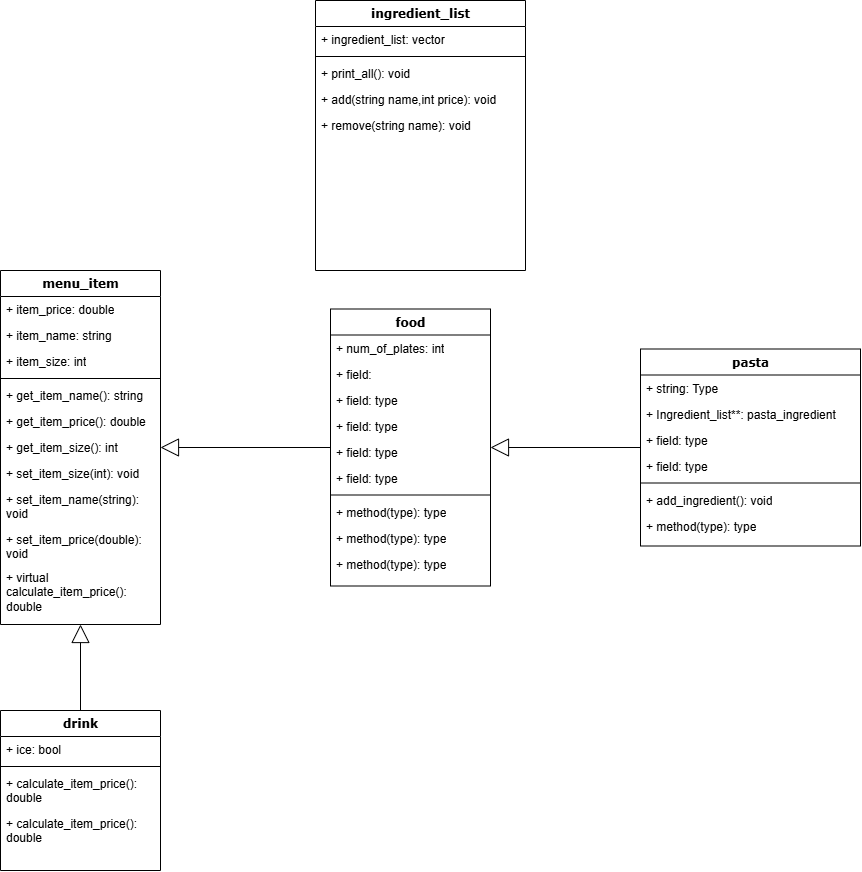
This is UML.png from SohamA12345/Project, a draw.io export, as it was before one commit. Source tidied: cells renumbered, new cells last; positions are measured from the earlier drawing's top-left corner, leaving out a move shared by most shapes.
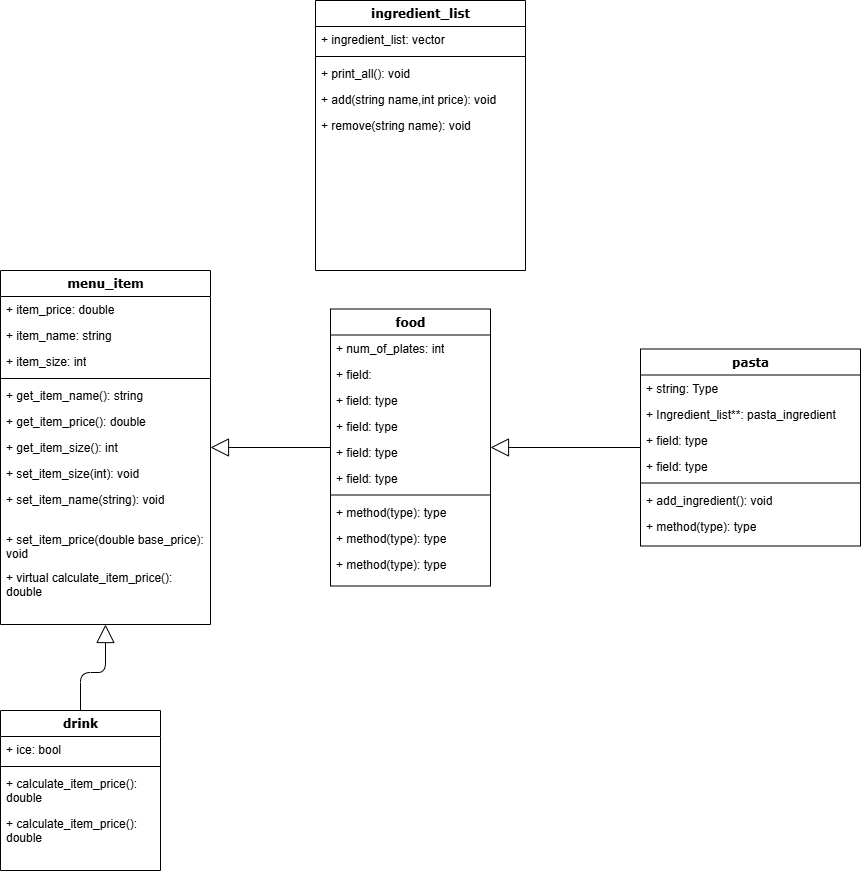
After the commit.

The edit, as a diff of the source:
```diff
@@ -3,40 +3,40 @@
     <mxCell id="0" />
     <mxCell id="1" parent="0" />
     <mxCell id="2" value="&lt;div&gt;menu_item&lt;br&gt;&lt;/div&gt;" style="swimlane;html=1;fontStyle=1;align=center;verticalAlign=top;horizontal=1;startSize=26;swimlaneFillColor=#ffffff;rounded=0;shadow=0;comic=0;labelBackgroundColor=none;strokeWidth=1;fillColor=none;fontFamily=Verdana;fontSize=12;" parent="1" vertex="1">
-      <mxGeometry y="270" width="160" height="354" as="geometry" />
+      <mxGeometry y="270" width="210" height="354" as="geometry" />
     </mxCell>
     <mxCell id="3" value="+ item_price: double" style="text;html=1;strokeColor=none;fillColor=none;align=left;verticalAlign=top;spacingLeft=4;spacingRight=4;whiteSpace=wrap;overflow=hidden;" parent="2" vertex="1">
-      <mxGeometry y="26" width="160" height="26" as="geometry" />
+      <mxGeometry y="26" width="210" height="26" as="geometry" />
     </mxCell>
     <mxCell id="4" value="+ item_name: string" style="text;html=1;strokeColor=none;fillColor=none;align=left;verticalAlign=top;spacingLeft=4;spacingRight=4;whiteSpace=wrap;overflow=hidden;" parent="2" vertex="1">
-      <mxGeometry y="52" width="160" height="26" as="geometry" />
+      <mxGeometry y="52" width="210" height="26" as="geometry" />
     </mxCell>
     <mxCell id="5" value="+ item_size: int" style="text;html=1;strokeColor=none;fillColor=none;align=left;verticalAlign=top;spacingLeft=4;spacingRight=4;whiteSpace=wrap;overflow=hidden;" parent="2" vertex="1">
-      <mxGeometry y="78" width="160" height="26" as="geometry" />
+      <mxGeometry y="78" width="210" height="26" as="geometry" />
     </mxCell>
     <mxCell id="6" style="line;html=1;strokeWidth=1;fillColor=none;align=left;verticalAlign=middle;spacingTop=-1;spacingLeft=3;spacingRight=3;labelPosition=right;" parent="2" vertex="1">
-      <mxGeometry y="104" width="160" height="8" as="geometry" />
+      <mxGeometry y="104" width="210" height="8" as="geometry" />
     </mxCell>
     <mxCell id="7" value="+ get_item_name(): string" style="text;html=1;strokeColor=none;fillColor=none;align=left;verticalAlign=top;spacingLeft=4;spacingRight=4;whiteSpace=wrap;overflow=hidden;" parent="2" vertex="1">
-      <mxGeometry y="112" width="160" height="26" as="geometry" />
+      <mxGeometry y="112" width="210" height="26" as="geometry" />
     </mxCell>
     <mxCell id="8" value="+ get_item_price(): double" style="text;html=1;strokeColor=none;fillColor=none;align=left;verticalAlign=top;spacingLeft=4;spacingRight=4;whiteSpace=wrap;overflow=hidden;" parent="2" vertex="1">
-      <mxGeometry y="138" width="160" height="26" as="geometry" />
+      <mxGeometry y="138" width="210" height="26" as="geometry" />
     </mxCell>
     <mxCell id="9" value="+ get_item_size(): int" style="text;html=1;strokeColor=none;fillColor=none;align=left;verticalAlign=top;spacingLeft=4;spacingRight=4;whiteSpace=wrap;overflow=hidden;" parent="2" vertex="1">
-      <mxGeometry y="164" width="160" height="26" as="geometry" />
+      <mxGeometry y="164" width="210" height="26" as="geometry" />
     </mxCell>
     <mxCell id="10" value="+ set_item_size(int): void" style="text;html=1;strokeColor=none;fillColor=none;align=left;verticalAlign=top;spacingLeft=4;spacingRight=4;whiteSpace=wrap;overflow=hidden;" parent="2" vertex="1">
-      <mxGeometry y="190" width="160" height="26" as="geometry" />
+      <mxGeometry y="190" width="210" height="26" as="geometry" />
     </mxCell>
     <mxCell id="11" value="+ set_item_name(string): void" style="text;html=1;strokeColor=none;fillColor=none;align=left;verticalAlign=top;spacingLeft=4;spacingRight=4;whiteSpace=wrap;overflow=hidden;" parent="2" vertex="1">
-      <mxGeometry y="216" width="160" height="40" as="geometry" />
+      <mxGeometry y="216" width="210" height="40" as="geometry" />
     </mxCell>
-    <mxCell id="12" value="+ set_item_price(double): void" style="text;html=1;strokeColor=none;fillColor=none;align=left;verticalAlign=top;spacingLeft=4;spacingRight=4;whiteSpace=wrap;overflow=hidden;" parent="2" vertex="1">
-      <mxGeometry y="256" width="160" height="38" as="geometry" />
+    <mxCell id="12" value="+ set_item_price(double base_price): void" style="text;html=1;strokeColor=none;fillColor=none;align=left;verticalAlign=top;spacingLeft=4;spacingRight=4;whiteSpace=wrap;overflow=hidden;" parent="2" vertex="1">
+      <mxGeometry y="256" width="210" height="38" as="geometry" />
     </mxCell>
     <mxCell id="13" value="+ virtual calculate_item_price(): double" style="text;html=1;strokeColor=none;fillColor=none;align=left;verticalAlign=top;spacingLeft=4;spacingRight=4;whiteSpace=wrap;overflow=hidden;" parent="2" vertex="1">
-      <mxGeometry y="294" width="160" height="60" as="geometry" />
+      <mxGeometry y="294" width="210" height="60" as="geometry" />
     </mxCell>
     <mxCell id="14" style="edgeStyle=orthogonalEdgeStyle;html=1;labelBackgroundColor=none;startFill=0;startSize=8;endArrow=block;endFill=0;endSize=16;fontFamily=Verdana;fontSize=12;elbow=vertical;rounded=1;strokeColor=default;align=center;verticalAlign=middle;fontColor=default;" parent="1" edge="1" source="26" target="15">
       <mxGeometry relative="1" as="geometry" />
```
